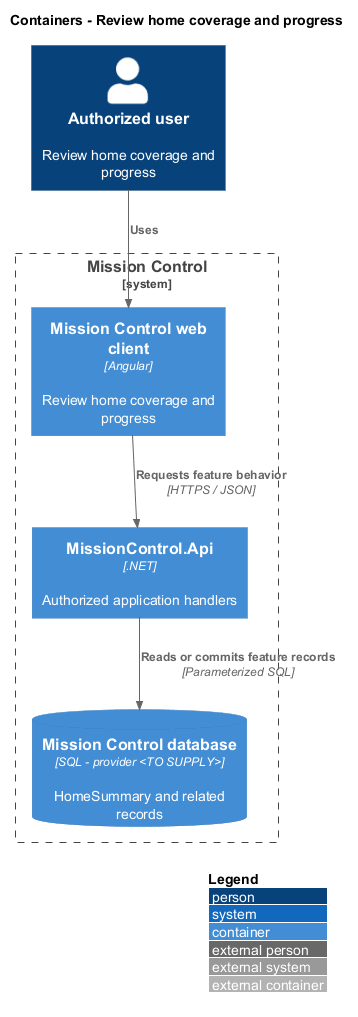
The PlantUML diagram docs/detailed-designs/workspace/review-home/diagrams/c4-container.png in QuinntyneBrown/mission-control, before a commit. The source it was exported from:
```plantuml
@startuml
!include <C4/C4_Container>
LAYOUT_WITH_LEGEND()
title Containers - Review home coverage and progress
Person(actor, "Authorized user", "Review home coverage and progress")
System_Boundary(mc, "Mission Control") {
  Container(web, "Mission Control web client", "Angular", "Review home coverage and progress")
  Container(api, "MissionControl.Api", ".NET", "Authorized application handlers")
  ContainerDb(db, "Mission Control database", "SQL - provider <TO SUPPLY>", "HomeSummary and related records")
}
Rel(actor, web, "Uses")
Rel(web, api, "Requests feature behavior", "HTTPS / JSON")
Rel(api, db, "Reads or commits feature records", "Parameterized SQL")
@enduml
```
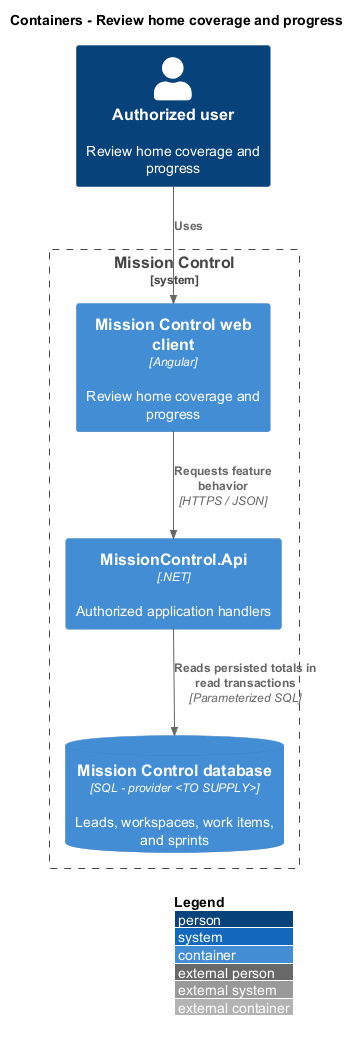
After the commit.

Diff of the diagram source:
```diff
@@ -6,9 +6,9 @@
 System_Boundary(mc, "Mission Control") {
   Container(web, "Mission Control web client", "Angular", "Review home coverage and progress")
   Container(api, "MissionControl.Api", ".NET", "Authorized application handlers")
-  ContainerDb(db, "Mission Control database", "SQL - provider <TO SUPPLY>", "HomeSummary and related records")
+  ContainerDb(db, "Mission Control database", "SQL - provider <TO SUPPLY>", "Leads, workspaces, work items, and sprints")
 }
 Rel(actor, web, "Uses")
 Rel(web, api, "Requests feature behavior", "HTTPS / JSON")
-Rel(api, db, "Reads or commits feature records", "Parameterized SQL")
+Rel(api, db, "Reads persisted totals in read transactions", "Parameterized SQL")
 @enduml
```
